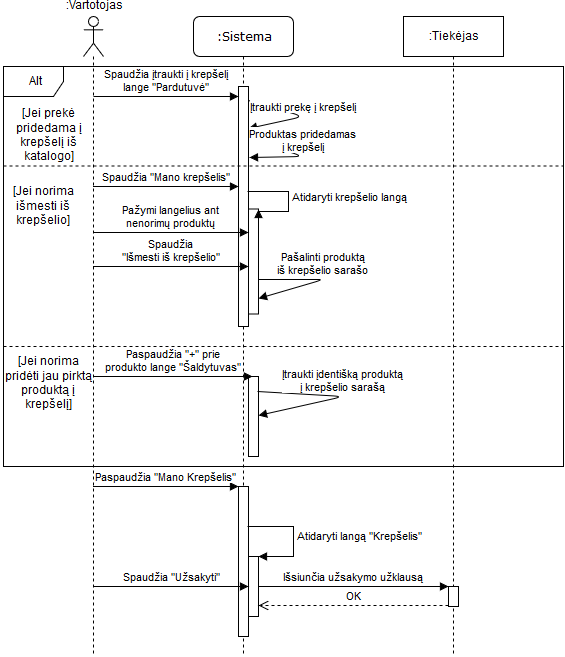
Before: Nuotraukos/ProduktųUžsSeq.png, a diagram exported from draw.io (Tristanas/PSI2-Food-Bee-Inc). Source tidied: cells renumbered, new cells last; positions are measured from the earlier drawing's top-left corner, leaving out a move shared by most shapes. The source it was exported from:
```xml
<mxGraphModel background="#ffffff">
  <root>
    <mxCell id="0" />
    <mxCell id="1" parent="0" />
    <mxCell id="2" value=":Sistema" style="shape=umlLifeline;perimeter=lifelinePerimeter;whiteSpace=wrap;html=1;rounded=1;shadow=0;comic=0;labelBackgroundColor=none;strokeColor=#000000;strokeWidth=1;fillColor=#FFFFFF;fontFamily=Verdana;fontSize=12;fontColor=#000000;align=center;" parent="1" vertex="1">
      <mxGeometry x="192" width="100" height="640" as="geometry" />
    </mxCell>
    <mxCell id="3" style="html=1;points=[];perimeter=orthogonalPerimeter;" parent="2" vertex="1">
      <mxGeometry x="45" y="70" width="10" height="240" as="geometry" />
    </mxCell>
    <mxCell id="4" value="Įtraukti prekę į krepšelį" style="html=1;verticalAlign=bottom;endArrow=block;exitX=1;exitY=0.057;exitDx=0;exitDy=0;exitPerimeter=0;entryX=1;entryY=0.175;entryDx=0;entryDy=0;entryPerimeter=0;" parent="2" edge="1" source="3" target="3">
      <mxGeometry relative="1" as="geometry">
        <Array as="points">
          <mxPoint x="110" y="100" />
        </Array>
      </mxGeometry>
    </mxCell>
    <mxCell id="5" style="html=1;points=[];perimeter=orthogonalPerimeter;" parent="2" vertex="1">
      <mxGeometry x="55" y="192.5" width="10" height="105" as="geometry" />
    </mxCell>
    <mxCell id="6" value="Atidaryti krepšelio langą" style="edgeStyle=orthogonalEdgeStyle;html=1;align=left;spacingLeft=2;endArrow=block;rounded=0;entryX=1;entryY=0;" parent="2" edge="1" target="5">
      <mxGeometry relative="1" as="geometry">
        <mxPoint x="54" y="175" as="sourcePoint" />
        <Array as="points">
          <mxPoint x="95" y="175" />
          <mxPoint x="95" y="195" />
        </Array>
      </mxGeometry>
    </mxCell>
    <mxCell id="7" value="&lt;div&gt;Pašalinti produktą&lt;/div&gt;&lt;div&gt;iš krepšelio sarašo&lt;br&gt;&lt;/div&gt;" style="html=1;verticalAlign=bottom;endArrow=block;entryX=1;entryY=0.857;entryDx=0;entryDy=0;entryPerimeter=0;" parent="2" edge="1" source="5" target="5">
      <mxGeometry relative="1" as="geometry">
        <Array as="points">
          <mxPoint x="110" y="263" />
          <mxPoint x="130" y="263" />
        </Array>
      </mxGeometry>
    </mxCell>
    <mxCell id="8" style="html=1;points=[];perimeter=orthogonalPerimeter;" parent="2" vertex="1">
      <mxGeometry x="55" y="360" width="10" height="80" as="geometry" />
    </mxCell>
    <mxCell id="9" value="&lt;div&gt;Įtraukti įdentišką produktą&lt;/div&gt;&lt;div&gt;į krepšelio sarašą&lt;br&gt;&lt;/div&gt;" style="html=1;verticalAlign=bottom;endArrow=block;entryX=1;entryY=0.488;entryDx=0;entryDy=0;entryPerimeter=0;exitX=0.9;exitY=0.188;exitDx=0;exitDy=0;exitPerimeter=0;" parent="2" edge="1" source="8" target="8">
      <mxGeometry relative="1" as="geometry">
        <Array as="points">
          <mxPoint x="150" y="380" />
        </Array>
      </mxGeometry>
    </mxCell>
    <mxCell id="10" style="html=1;points=[];perimeter=orthogonalPerimeter;" parent="2" vertex="1">
      <mxGeometry x="45" y="470" width="10" height="150" as="geometry" />
    </mxCell>
    <mxCell id="11" style="html=1;points=[];perimeter=orthogonalPerimeter;" parent="2" vertex="1">
      <mxGeometry x="55" y="540" width="10" height="60" as="geometry" />
    </mxCell>
    <mxCell id="12" value="&lt;div&gt;Produktas pridedamas &lt;br&gt;&lt;/div&gt;&lt;div&gt;į krepšelį&lt;/div&gt;" style="html=1;verticalAlign=bottom;endArrow=block;exitX=1.2;exitY=0.221;exitDx=0;exitDy=0;exitPerimeter=0;entryX=1.1;entryY=0.296;entryDx=0;entryDy=0;entryPerimeter=0;" parent="2" edge="1" source="3" target="3">
      <mxGeometry relative="1" as="geometry">
        <Array as="points">
          <mxPoint x="110" y="140" />
        </Array>
      </mxGeometry>
    </mxCell>
    <mxCell id="13" value=":Vartotojas" style="shape=umlLifeline;participant=umlActor;perimeter=lifelinePerimeter;whiteSpace=wrap;html=1;verticalAlign=bottom;spacingTop=36;labelBackgroundColor=#ffffff;outlineConnect=0;labelPosition=center;verticalLabelPosition=top;align=center;" parent="1" vertex="1">
      <mxGeometry x="82" width="20" height="640" as="geometry" />
    </mxCell>
    <mxCell id="14" value="&lt;div&gt;Spaudžia įtraukti į krepšelį&lt;/div&gt;&lt;div&gt;lange &quot;Pardutuvė&quot;&lt;br&gt;&lt;/div&gt;" style="html=1;verticalAlign=bottom;endArrow=block;" parent="13" edge="1">
      <mxGeometry relative="1" as="geometry">
        <mxPoint x="10" y="80" as="sourcePoint" />
        <mxPoint x="155" y="80" as="targetPoint" />
      </mxGeometry>
    </mxCell>
    <mxCell id="15" value="Spaudžia &quot;Užsakyti&quot;" style="html=1;verticalAlign=bottom;endArrow=block;" parent="13" edge="1" target="11">
      <mxGeometry relative="1" as="geometry">
        <mxPoint x="10" y="570" as="sourcePoint" />
      </mxGeometry>
    </mxCell>
    <mxCell id="16" value="Atidaryti langą &quot;Krepšelis&quot;" style="edgeStyle=orthogonalEdgeStyle;html=1;align=left;spacingLeft=2;endArrow=block;rounded=0;entryX=1;entryY=0;" parent="1" edge="1" target="11">
      <mxGeometry relative="1" as="geometry">
        <mxPoint x="246" y="510" as="sourcePoint" />
        <Array as="points">
          <mxPoint x="292" y="510" />
          <mxPoint x="292" y="540" />
        </Array>
      </mxGeometry>
    </mxCell>
    <mxCell id="17" value=":Tiekėjas" style="shape=umlLifeline;perimeter=lifelinePerimeter;whiteSpace=wrap;html=1;" parent="1" vertex="1">
      <mxGeometry x="402" width="100" height="640" as="geometry" />
    </mxCell>
    <mxCell id="18" style="html=1;points=[];perimeter=orthogonalPerimeter;" parent="17" vertex="1">
      <mxGeometry x="45" y="570" width="10" height="20" as="geometry" />
    </mxCell>
    <mxCell id="19" value="Išsiunčia užsakymo užklausą" style="html=1;verticalAlign=bottom;endArrow=block;entryX=0;entryY=0;" parent="1" edge="1" source="11" target="18">
      <mxGeometry relative="1" as="geometry">
        <Array as="points">
          <mxPoint x="402" y="570" />
        </Array>
      </mxGeometry>
    </mxCell>
    <mxCell id="20" value="OK" style="html=1;verticalAlign=bottom;endArrow=open;dashed=1;endSize=8;exitX=0;exitY=0.95;" parent="1" edge="1" source="18" target="11">
      <mxGeometry relative="1" as="geometry" />
    </mxCell>
    <mxCell id="21" value="&lt;div&gt;Spaudžia &lt;br&gt;&lt;/div&gt;&lt;div&gt;&quot;Išmesti iš krepšelio&quot;&lt;/div&gt;" style="html=1;verticalAlign=bottom;endArrow=block;" parent="1" edge="1" source="13" target="5">
      <mxGeometry relative="1" as="geometry">
        <Array as="points">
          <mxPoint x="182" y="250" />
        </Array>
      </mxGeometry>
    </mxCell>
    <mxCell id="22" style="endArrow=none;dashed=1;html=1;" parent="1" edge="1">
      <mxGeometry relative="1" as="geometry">
        <mxPoint x="2" y="330" as="sourcePoint" />
        <mxPoint x="562" y="330" as="targetPoint" />
      </mxGeometry>
    </mxCell>
    <mxCell id="23" value="&lt;div&gt;Paspaudžia &quot;+&quot; prie&lt;/div&gt;&lt;div&gt;produkto lange &quot;Šaldytuvas&quot;&lt;br&gt;&lt;/div&gt;" style="html=1;verticalAlign=bottom;endArrow=block;entryX=0.4;entryY=0;entryDx=0;entryDy=0;entryPerimeter=0;" parent="1" edge="1" source="13" target="8">
      <mxGeometry relative="1" as="geometry" />
    </mxCell>
    <mxCell id="24" value="Paspaudžia &quot;Mano Krepšelis&quot;" style="html=1;verticalAlign=bottom;endArrow=block;" parent="1" edge="1" target="10">
      <mxGeometry relative="1" as="geometry">
        <mxPoint x="91.5" y="470" as="sourcePoint" />
      </mxGeometry>
    </mxCell>
    <mxCell id="25" value="&lt;div&gt;Pažymi langelius ant &lt;br&gt;&lt;/div&gt;&lt;div&gt;nenorimų produktų&lt;/div&gt;" style="html=1;verticalAlign=bottom;endArrow=block;entryX=0;entryY=0.224;entryDx=0;entryDy=0;entryPerimeter=0;" parent="1" edge="1" source="13" target="5">
      <mxGeometry relative="1" as="geometry" />
    </mxCell>
    <mxCell id="26" value="Alt" style="shape=umlFrame;whiteSpace=wrap;html=1;" parent="1" vertex="1">
      <mxGeometry x="2" y="50" width="560" height="400" as="geometry" />
    </mxCell>
    <mxCell id="27" value="[Jei norima išmesti iš krepšelio]" style="text;html=1;strokeColor=none;fillColor=none;align=center;verticalAlign=middle;whiteSpace=wrap;rounded=0;" parent="1" vertex="1">
      <mxGeometry x="2" y="180" width="80" height="20" as="geometry" />
    </mxCell>
    <mxCell id="28" value="[Jei norima pridėti jau pirktą produktą į krepšelį]" style="text;html=1;strokeColor=none;fillColor=none;align=center;verticalAlign=middle;whiteSpace=wrap;rounded=0;" parent="1" vertex="1">
      <mxGeometry x="2" y="360" width="90" height="15" as="geometry" />
    </mxCell>
    <mxCell id="29" style="endArrow=none;dashed=1;html=1;" parent="1" edge="1">
      <mxGeometry relative="1" as="geometry">
        <mxPoint x="2" y="149.5" as="sourcePoint" />
        <mxPoint x="562" y="149.5" as="targetPoint" />
      </mxGeometry>
    </mxCell>
    <mxCell id="30" value="Spaudžia &quot;Mano krepšelis&quot;" style="html=1;verticalAlign=bottom;endArrow=block;" parent="1" edge="1" source="13" target="3">
      <mxGeometry relative="1" as="geometry">
        <Array as="points">
          <mxPoint x="192" y="170" />
        </Array>
      </mxGeometry>
    </mxCell>
    <mxCell id="31" value="[Jei prekė pridedama į krepšelį iš katalogo]" style="text;html=1;strokeColor=none;fillColor=none;align=center;verticalAlign=middle;whiteSpace=wrap;rounded=0;" parent="1" vertex="1">
      <mxGeometry x="-0.5" y="110" width="95" height="20" as="geometry" />
    </mxCell>
  </root>
</mxGraphModel>
```
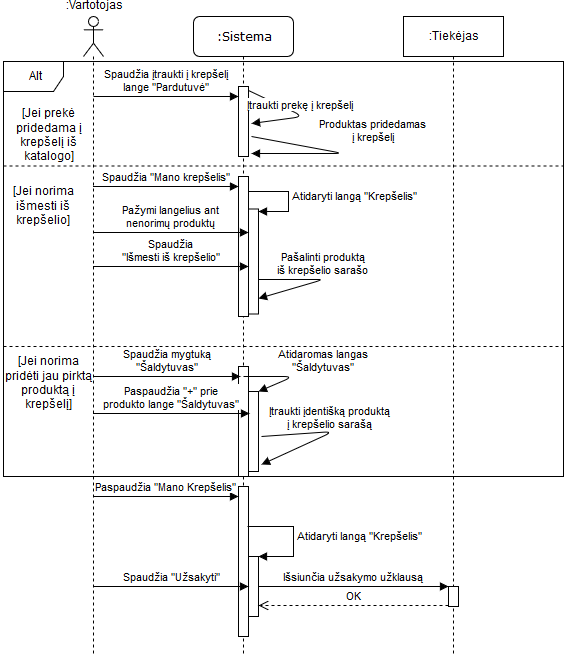
The same file after the commit.

What changed in the source:
```diff
@@ -6,9 +6,9 @@
       <mxGeometry x="192" width="100" height="640" as="geometry" />
     </mxCell>
     <mxCell id="3" style="html=1;points=[];perimeter=orthogonalPerimeter;" parent="2" vertex="1">
-      <mxGeometry x="45" y="70" width="10" height="240" as="geometry" />
+      <mxGeometry x="45" y="70" width="10" height="70" as="geometry" />
     </mxCell>
-    <mxCell id="4" value="Įtraukti prekę į krepšelį" style="html=1;verticalAlign=bottom;endArrow=block;exitX=1;exitY=0.057;exitDx=0;exitDy=0;exitPerimeter=0;entryX=1;entryY=0.175;entryDx=0;entryDy=0;entryPerimeter=0;" parent="2" edge="1" source="3" target="3">
+    <mxCell id="4" value="Įtraukti prekę į krepšelį" style="html=1;verticalAlign=bottom;endArrow=block;exitX=1;exitY=0.057;exitDx=0;exitDy=0;exitPerimeter=0;entryX=1.3;entryY=0.529;entryDx=0;entryDy=0;entryPerimeter=0;" parent="2" edge="1" source="3" target="3">
       <mxGeometry relative="1" as="geometry">
         <Array as="points">
           <mxPoint x="110" y="100" />
@@ -18,7 +18,7 @@
     <mxCell id="5" style="html=1;points=[];perimeter=orthogonalPerimeter;" parent="2" vertex="1">
       <mxGeometry x="55" y="192.5" width="10" height="105" as="geometry" />
     </mxCell>
-    <mxCell id="6" value="Atidaryti krepšelio langą" style="edgeStyle=orthogonalEdgeStyle;html=1;align=left;spacingLeft=2;endArrow=block;rounded=0;entryX=1;entryY=0;" parent="2" edge="1" target="5">
+    <mxCell id="6" value="Atidaryti langą &quot;Krepšelis&quot;" style="edgeStyle=orthogonalEdgeStyle;html=1;align=left;spacingLeft=2;endArrow=block;rounded=0;" parent="2" edge="1" target="5">
       <mxGeometry relative="1" as="geometry">
         <mxPoint x="54" y="175" as="sourcePoint" />
         <Array as="points">
@@ -36,12 +36,12 @@
       </mxGeometry>
     </mxCell>
     <mxCell id="8" style="html=1;points=[];perimeter=orthogonalPerimeter;" parent="2" vertex="1">
-      <mxGeometry x="55" y="360" width="10" height="80" as="geometry" />
+      <mxGeometry x="55" y="375" width="10" height="80" as="geometry" />
     </mxCell>
-    <mxCell id="9" value="&lt;div&gt;Įtraukti įdentišką produktą&lt;/div&gt;&lt;div&gt;į krepšelio sarašą&lt;br&gt;&lt;/div&gt;" style="html=1;verticalAlign=bottom;endArrow=block;entryX=1;entryY=0.488;entryDx=0;entryDy=0;entryPerimeter=0;exitX=0.9;exitY=0.188;exitDx=0;exitDy=0;exitPerimeter=0;" parent="2" edge="1" source="8" target="8">
+    <mxCell id="9" value="&lt;div&gt;Įtraukti įdentišką produktą&lt;/div&gt;&lt;div&gt;į krepšelio sarašą&lt;br&gt;&lt;/div&gt;" style="html=1;verticalAlign=bottom;endArrow=block;entryX=1.3;entryY=0.913;entryDx=0;entryDy=0;entryPerimeter=0;exitX=1.3;exitY=0.563;exitDx=0;exitDy=0;exitPerimeter=0;" parent="2" edge="1" source="8" target="8">
       <mxGeometry relative="1" as="geometry">
         <Array as="points">
-          <mxPoint x="150" y="380" />
+          <mxPoint x="140" y="415" />
         </Array>
       </mxGeometry>
     </mxCell>
@@ -51,13 +51,30 @@
     <mxCell id="11" style="html=1;points=[];perimeter=orthogonalPerimeter;" parent="2" vertex="1">
       <mxGeometry x="55" y="540" width="10" height="60" as="geometry" />
     </mxCell>
-    <mxCell id="12" value="&lt;div&gt;Produktas pridedamas &lt;br&gt;&lt;/div&gt;&lt;div&gt;į krepšelį&lt;/div&gt;" style="html=1;verticalAlign=bottom;endArrow=block;exitX=1.2;exitY=0.221;exitDx=0;exitDy=0;exitPerimeter=0;entryX=1.1;entryY=0.296;entryDx=0;entryDy=0;entryPerimeter=0;" parent="2" edge="1" source="3" target="3">
-      <mxGeometry relative="1" as="geometry">
+    <mxCell id="12" value="&lt;div&gt;Produktas pridedamas &lt;br&gt;&lt;/div&gt;&lt;div&gt;į krepšelį&lt;/div&gt;" style="html=1;verticalAlign=bottom;endArrow=block;entryX=1.3;entryY=0.957;entryDx=0;entryDy=0;entryPerimeter=0;" parent="2" edge="1" target="3">
+      <mxGeometry x="0.01" y="31" relative="1" as="geometry">
+        <mxPoint x="58" y="120" as="sourcePoint" />
         <Array as="points">
-          <mxPoint x="110" y="140" />
+          <mxPoint x="150" y="137" />
         </Array>
+        <mxPoint x="30" y="-38" as="offset" />
       </mxGeometry>
     </mxCell>
+    <mxCell id="32" style="html=1;points=[];perimeter=orthogonalPerimeter;" parent="2" vertex="1">
+      <mxGeometry x="45" y="160" width="10" height="140" as="geometry" />
+    </mxCell>
+    <mxCell id="33" style="html=1;perimeter=orthogonalPerimeter;" parent="2" vertex="1">
+      <mxGeometry x="45" y="350" width="10" height="110" as="geometry" />
+    </mxCell>
+    <mxCell id="34" value="&lt;div&gt;Atidaromas langas&lt;/div&gt;&lt;div&gt;&quot;Šaldytuvas&quot;&lt;br&gt;&lt;/div&gt;" style="html=1;verticalAlign=bottom;endArrow=block;" parent="2" edge="1" target="8">
+      <mxGeometry x="0.14" y="30" relative="1" as="geometry">
+        <mxPoint x="50" y="360" as="sourcePoint" />
+        <Array as="points">
+          <mxPoint x="100" y="360" />
+        </Array>
+        <mxPoint x="18" y="-28" as="offset" />
+      </mxGeometry>
+    </mxCell>
     <mxCell id="13" value=":Vartotojas" style="shape=umlLifeline;participant=umlActor;perimeter=lifelinePerimeter;whiteSpace=wrap;html=1;verticalAlign=bottom;spacingTop=36;labelBackgroundColor=#ffffff;outlineConnect=0;labelPosition=center;verticalLabelPosition=top;align=center;" parent="1" vertex="1">
       <mxGeometry x="82" width="20" height="640" as="geometry" />
     </mxCell>
@@ -72,6 +89,12 @@
         <mxPoint x="10" y="570" as="sourcePoint" />
       </mxGeometry>
     </mxCell>
+    <mxCell id="35" value="&lt;div&gt;Spaudžia mygtuką &lt;br&gt;&lt;/div&gt;&lt;div&gt;&quot;Šaldytuvas&quot;&lt;/div&gt;" style="html=1;verticalAlign=bottom;endArrow=block;" parent="13" edge="1">
+      <mxGeometry relative="1" as="geometry">
+        <mxPoint x="10" y="360" as="sourcePoint" />
+        <mxPoint x="157" y="360" as="targetPoint" />
+      </mxGeometry>
+    </mxCell>
     <mxCell id="16" value="Atidaryti langą &quot;Krepšelis&quot;" style="edgeStyle=orthogonalEdgeStyle;html=1;align=left;spacingLeft=2;endArrow=block;rounded=0;entryX=1;entryY=0;" parent="1" edge="1" target="11">
       <mxGeometry relative="1" as="geometry">
         <mxPoint x="246" y="510" as="sourcePoint" />
@@ -110,19 +133,25 @@
         <mxPoint x="562" y="330" as="targetPoint" />
       </mxGeometry>
     </mxCell>
-    <mxCell id="23" value="&lt;div&gt;Paspaudžia &quot;+&quot; prie&lt;/div&gt;&lt;div&gt;produkto lange &quot;Šaldytuvas&quot;&lt;br&gt;&lt;/div&gt;" style="html=1;verticalAlign=bottom;endArrow=block;entryX=0.4;entryY=0;entryDx=0;entryDy=0;entryPerimeter=0;" parent="1" edge="1" source="13" target="8">
-      <mxGeometry relative="1" as="geometry" />
+    <mxCell id="23" value="&lt;div&gt;Paspaudžia &quot;+&quot; prie&lt;/div&gt;&lt;div&gt;produkto lange &quot;Šaldytuvas&quot;&lt;br&gt;&lt;/div&gt;" style="html=1;verticalAlign=bottom;endArrow=block;entryX=0.1;entryY=0.275;entryDx=0;entryDy=0;entryPerimeter=0;" parent="1" edge="1" source="13" target="8">
+      <mxGeometry relative="1" as="geometry">
+        <Array as="points">
+          <mxPoint x="182" y="397" />
+        </Array>
+      </mxGeometry>
     </mxCell>
-    <mxCell id="24" value="Paspaudžia &quot;Mano Krepšelis&quot;" style="html=1;verticalAlign=bottom;endArrow=block;" parent="1" edge="1" target="10">
+    <mxCell id="24" value="Paspaudžia &quot;Mano Krepšelis&quot;" style="html=1;verticalAlign=bottom;endArrow=block;" parent="1" edge="1" source="13" target="10">
       <mxGeometry relative="1" as="geometry">
-        <mxPoint x="91.5" y="470" as="sourcePoint" />
+        <Array as="points">
+          <mxPoint x="182" y="480" />
+        </Array>
       </mxGeometry>
     </mxCell>
     <mxCell id="25" value="&lt;div&gt;Pažymi langelius ant &lt;br&gt;&lt;/div&gt;&lt;div&gt;nenorimų produktų&lt;/div&gt;" style="html=1;verticalAlign=bottom;endArrow=block;entryX=0;entryY=0.224;entryDx=0;entryDy=0;entryPerimeter=0;" parent="1" edge="1" source="13" target="5">
       <mxGeometry relative="1" as="geometry" />
     </mxCell>
     <mxCell id="26" value="Alt" style="shape=umlFrame;whiteSpace=wrap;html=1;" parent="1" vertex="1">
-      <mxGeometry x="2" y="50" width="560" height="400" as="geometry" />
+      <mxGeometry x="2" y="45" width="560" height="415" as="geometry" />
     </mxCell>
     <mxCell id="27" value="[Jei norima išmesti iš krepšelio]" style="text;html=1;strokeColor=none;fillColor=none;align=center;verticalAlign=middle;whiteSpace=wrap;rounded=0;" parent="1" vertex="1">
       <mxGeometry x="2" y="180" width="80" height="20" as="geometry" />
@@ -136,7 +165,7 @@
         <mxPoint x="562" y="149.5" as="targetPoint" />
       </mxGeometry>
     </mxCell>
-    <mxCell id="30" value="Spaudžia &quot;Mano krepšelis&quot;" style="html=1;verticalAlign=bottom;endArrow=block;" parent="1" edge="1" source="13" target="3">
+    <mxCell id="30" value="Spaudžia &quot;Mano krepšelis&quot;" style="html=1;verticalAlign=bottom;endArrow=block;" parent="1" edge="1" source="13" target="32">
       <mxGeometry relative="1" as="geometry">
         <Array as="points">
           <mxPoint x="192" y="170" />
```
